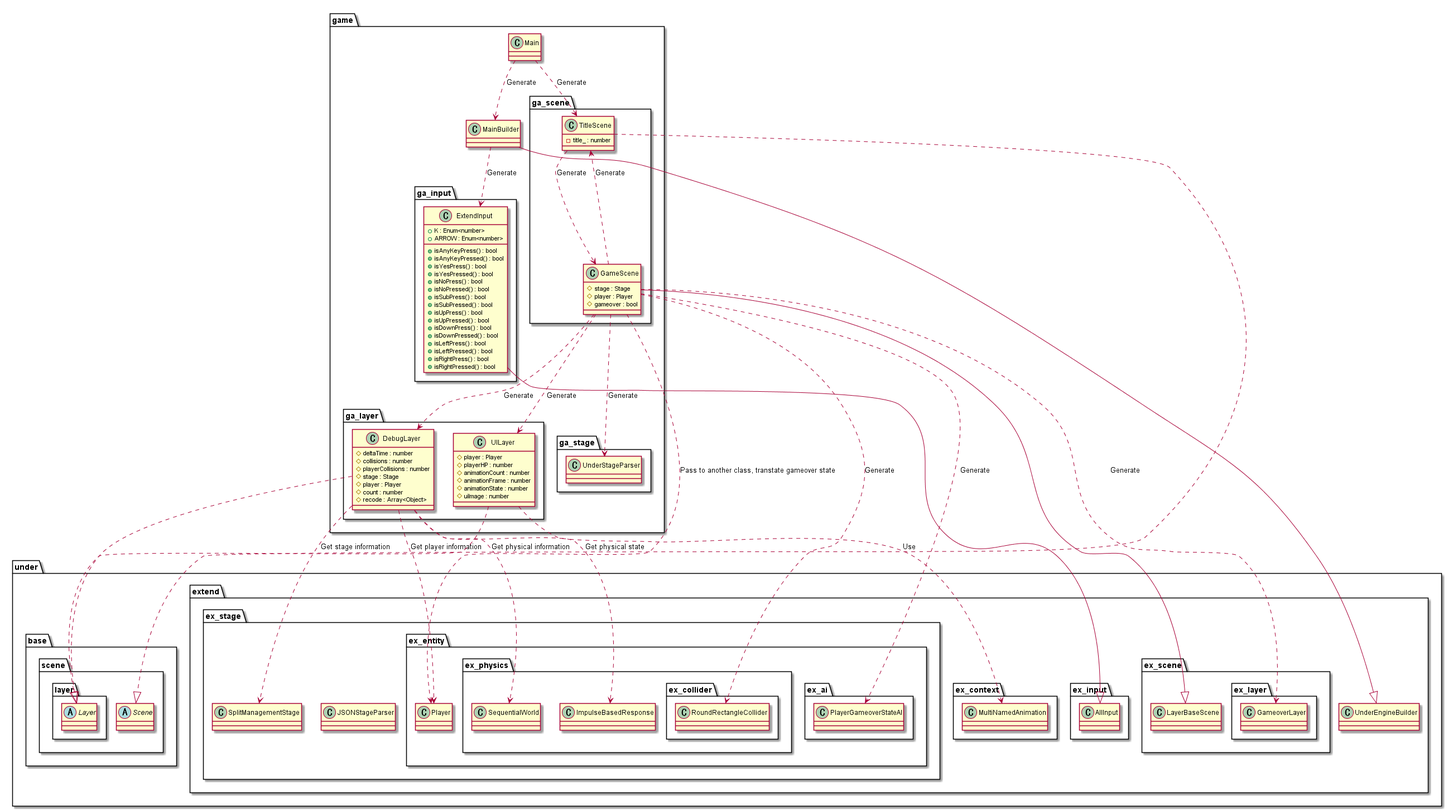
Before: out/uml/gamebase/Game/GameBaseGame.png, a diagram exported from PlantUML (Expine/Under).
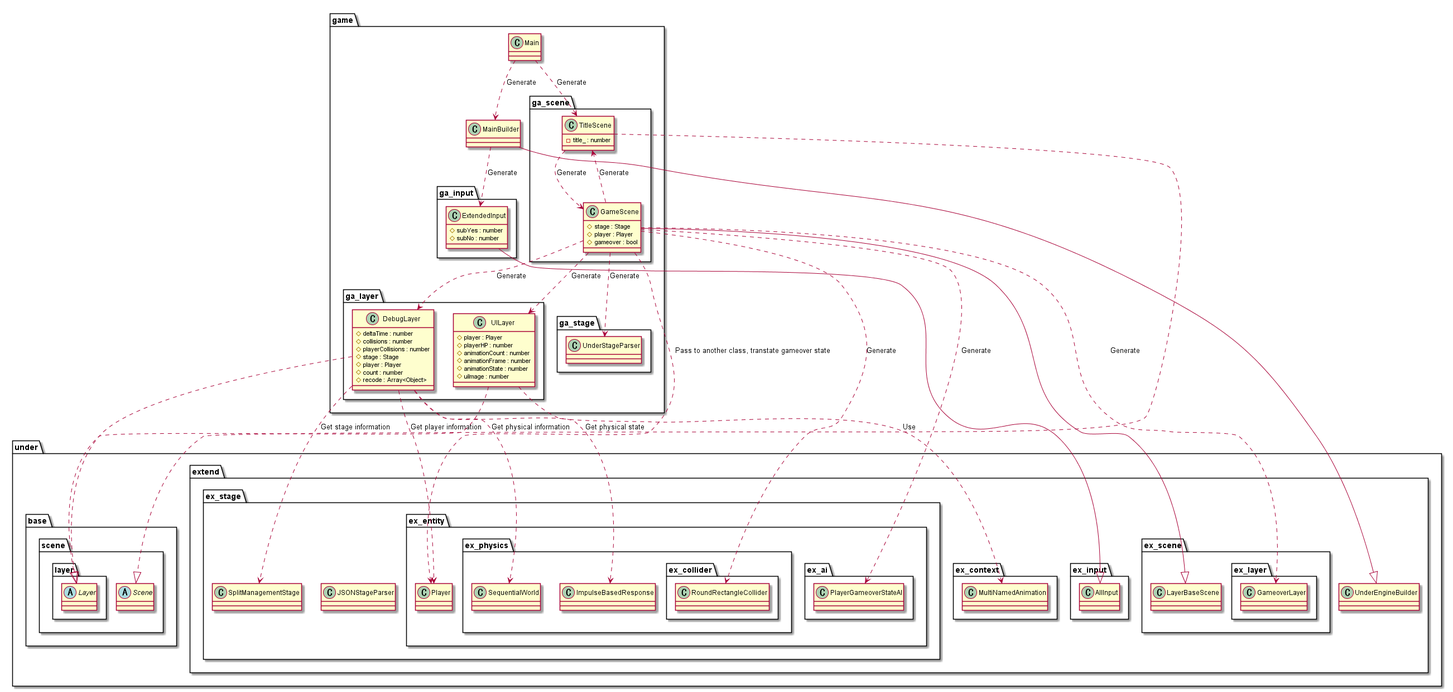
The same file after the commit.

Change to the diagram source:
```diff
@@ -4,25 +4,9 @@
     class Main
     class MainBuilder
     package ga_input {
-        class ExtendInput {
-            +K : Enum<number>
-            +ARROW : Enum<number>
-            +isAnyKeyPress() : bool
-            +isAnyKeyPressed() : bool
-            +isYesPress() : bool
-            +isYesPressed() : bool
-            +isNoPress() : bool
-            +isNoPressed() : bool
-            +isSubPress() : bool
-            +isSubPressed() : bool
-            +isUpPress() : bool
-            +isUpPressed() : bool
-            +isDownPress() : bool
-            +isDownPressed() : bool
-            +isLeftPress() : bool
-            +isLeftPressed() : bool
-            +isRightPress() : bool
-            +isRightPressed() : bool
+        class ExtendedInput {
+            #subYes : number
+            #subNo : number
         }
     }
     package ga_layer {
@@ -110,7 +94,7 @@
 
 Main ..> MainBuilder : Generate
 Main ..> TitleScene : Generate
-MainBuilder ..> ExtendInput : Generate
+MainBuilder ..> ExtendedInput : Generate
 
 TitleScene ..> GameScene : Generate
 GameScene ..> UnderStageParser : Generate
@@ -130,7 +114,7 @@
 UILayer ..> MultiNamedAnimation : Use
 
 MainBuilder --|> UnderEngineBuilder
-ExtendInput --|> AllInput
+ExtendedInput --|> AllInput
 TitleScene ..|> Scene
 GameScene --|> LayerBaseScene
 DebugLayer ..|> Layer
```
